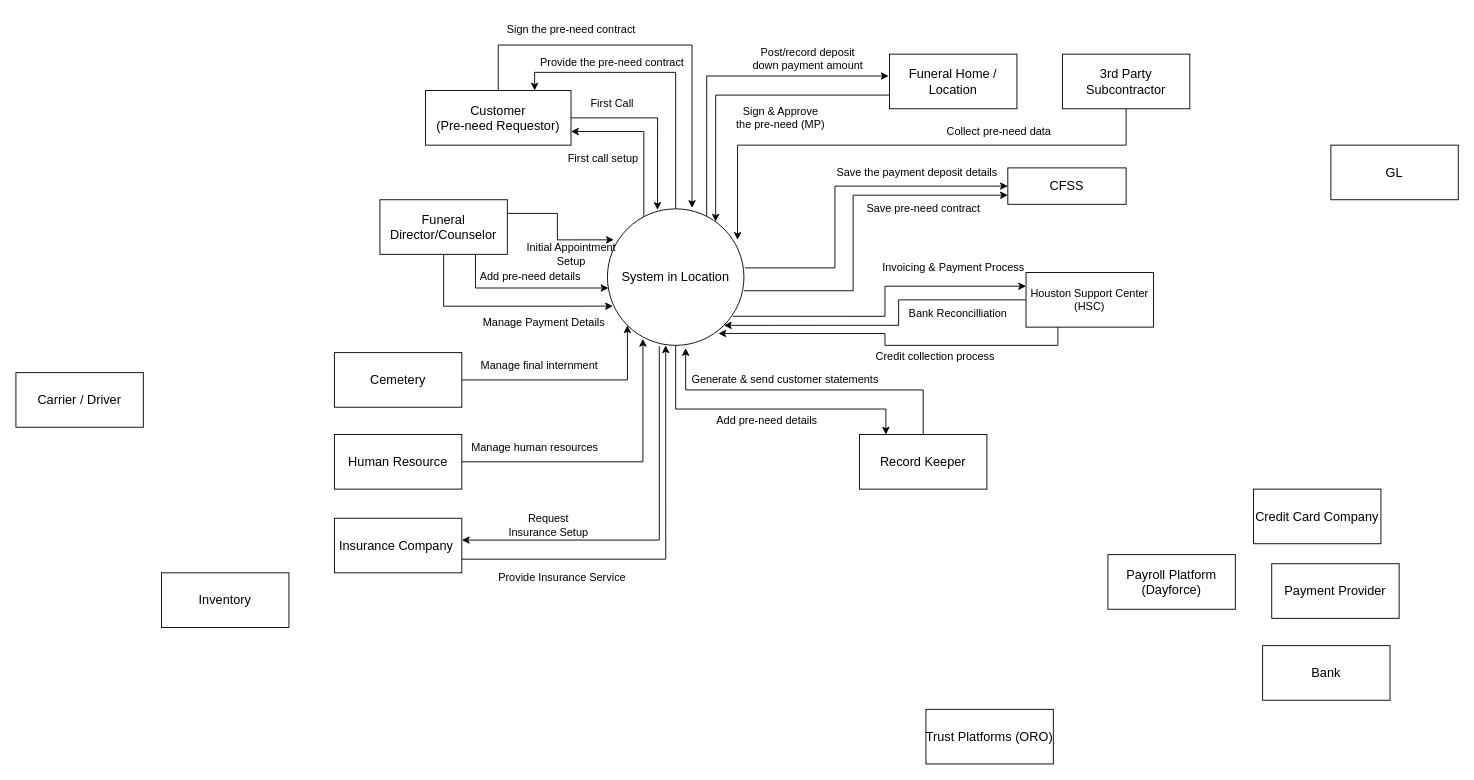
Earlier version of the draw.io diagram page "DFD-0-Context" (6 of 11) of Untitled Diagram.drawio (Buddhika-Pathirathna/DiagramsRepo). Source tidied: cells renumbered, new cells numbered last; positions are measured from the earlier drawing's top-left corner, leaving out a move shared by most shapes. Both pictures are drawn from the tidied source at 91%, with x=0, y=0 at pixel (15, 15).
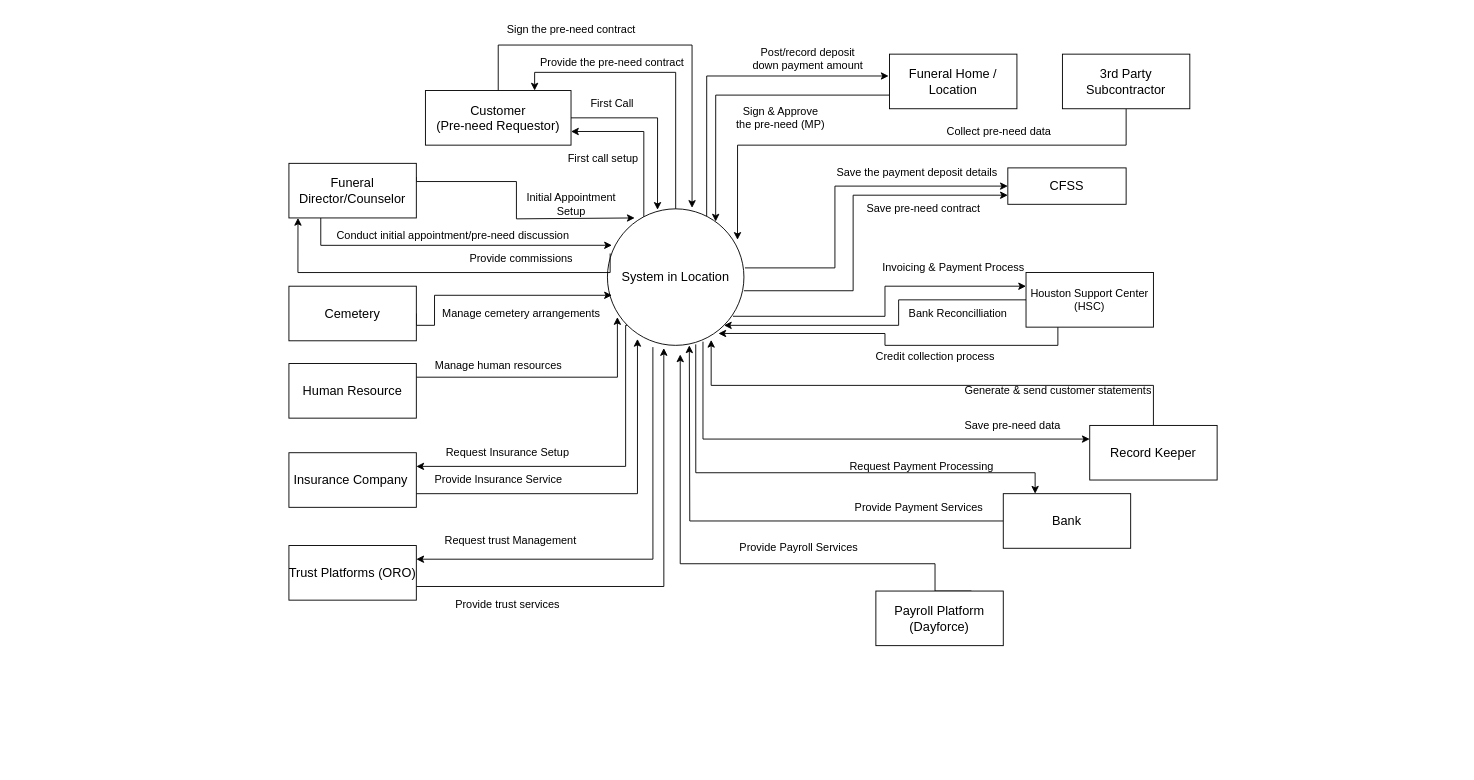
After the change.

The change refers to these unchanged cells:
```xml
<mxCell id="4" value="&lt;font style=&quot;font-size: 14px;&quot;&gt;System in Location&lt;/font&gt;" style="ellipse;whiteSpace=wrap;html=1;spacing=1;verticalAlign=middle;" parent="1" vertex="1">
  <mxGeometry x="650" y="212" width="150" height="150" as="geometry" />
</mxCell>
```

What changed in the source:
```diff
@@
-    <mxCell id="12" style="edgeStyle=orthogonalEdgeStyle;rounded=0;jettySize=auto;html=1;exitX=1;exitY=0.5;exitDx=0;exitDy=0;entryX=0;entryY=1;entryDx=0;entryDy=0;spacing=1;verticalAlign=middle;" parent="1" edge="1" source="13" target="4">
+    <mxCell id="12" style="edgeStyle=orthogonalEdgeStyle;rounded=0;jettySize=auto;html=1;exitX=1;exitY=0.5;exitDx=0;exitDy=0;entryX=1.026;entryY=-0.167;entryDx=0;entryDy=0;spacing=1;verticalAlign=middle;entryPerimeter=0;" parent="1" edge="1" source="13" target="56">
       <mxGeometry relative="1" as="geometry">
         <Array as="points">
-          <mxPoint x="672" y="400" />
+          <mxPoint x="440" y="340" />
+          <mxPoint x="460" y="340" />
+          <mxPoint x="460" y="307" />
         </Array>
       </mxGeometry>
     </mxCell>
     <mxCell id="13" value="&lt;font style=&quot;font-size: 14px;&quot;&gt;Cemetery&lt;/font&gt;" style="rounded=0;whiteSpace=wrap;html=1;spacing=1;verticalAlign=middle;" parent="1" vertex="1">
-      <mxGeometry x="350" y="370" width="140" height="60" as="geometry" />
+      <mxGeometry x="300" y="297" width="140" height="60" as="geometry" />
     </mxCell>
+    <mxCell id="15" style="edgeStyle=orthogonalEdgeStyle;rounded=0;jettySize=auto;html=1;exitX=0.5;exitY=0;exitDx=0;exitDy=0;entryX=0.76;entryY=0.96;entryDx=0;entryDy=0;entryPerimeter=0;" parent="1" edge="1" source="16" target="4">
+      <mxGeometry relative="1" as="geometry" />
+    </mxCell>
-    <mxCell id="14" style="edgeStyle=orthogonalEdgeStyle;rounded=0;jettySize=auto;html=1;exitX=0.5;exitY=1;exitDx=0;exitDy=0;entryX=0.207;entryY=0;entryDx=0;entryDy=0;spacing=1;verticalAlign=middle;entryPerimeter=0;" parent="1" edge="1" source="4" target="16">
+    <mxCell id="14" style="edgeStyle=orthogonalEdgeStyle;rounded=0;jettySize=auto;html=1;exitX=0.7;exitY=0.973;exitDx=0;exitDy=0;entryX=0;entryY=0.25;entryDx=0;entryDy=0;exitPerimeter=0;" parent="1" edge="1" source="4" target="16">
       <mxGeometry relative="1" as="geometry">
         <Array as="points">
-          <mxPoint x="725" y="432" />
-          <mxPoint x="956" y="432" />
+          <mxPoint x="755" y="465" />
         </Array>
       </mxGeometry>
     </mxCell>
-    <mxCell id="15" style="edgeStyle=orthogonalEdgeStyle;rounded=0;jettySize=auto;html=1;exitX=0.5;exitY=0;exitDx=0;exitDy=0;entryX=0.573;entryY=1.02;entryDx=0;entryDy=0;entryPerimeter=0;" parent="1" edge="1" source="16" target="4">
-      <mxGeometry relative="1" as="geometry" />
-    </mxCell>
     <mxCell id="16" value="&lt;span style=&quot;font-size: 14px;&quot;&gt;Record Keeper&lt;/span&gt;" style="rounded=0;whiteSpace=wrap;html=1;spacing=1;verticalAlign=middle;" parent="1" vertex="1">
-      <mxGeometry x="927" y="460" width="140" height="60" as="geometry" />
+      <mxGeometry x="1180" y="450" width="140" height="60" as="geometry" />
     </mxCell>
@@
-    <mxCell id="23" value="&lt;font style=&quot;font-size: 14px;&quot;&gt;Credit Card Company&lt;/font&gt;" style="rounded=0;whiteSpace=wrap;html=1;spacing=1;verticalAlign=middle;" parent="1" vertex="1">
-      <mxGeometry x="1360" y="520" width="140" height="60" as="geometry" />
-    </mxCell>
+    <mxCell id="63" style="edgeStyle=orthogonalEdgeStyle;rounded=0;jettySize=auto;html=1;exitX=0.647;exitY=0.993;exitDx=0;exitDy=0;entryX=0.25;entryY=0;entryDx=0;entryDy=0;exitPerimeter=0;" parent="1" edge="1" source="4" target="24">
+      <mxGeometry relative="1" as="geometry">
+        <Array as="points">
+          <mxPoint x="747" y="502" />
+          <mxPoint x="1120" y="502" />
+        </Array>
+      </mxGeometry>
+    </mxCell>
+    <mxCell id="64" style="edgeStyle=orthogonalEdgeStyle;rounded=0;jettySize=auto;html=1;exitX=0;exitY=0.5;exitDx=0;exitDy=0;" parent="1" edge="1" source="24">
+      <mxGeometry relative="1" as="geometry">
+        <mxPoint x="740" y="362" as="targetPoint" />
+      </mxGeometry>
+    </mxCell>
     <mxCell id="24" value="&lt;span style=&quot;font-size: 14px;&quot;&gt;Bank&lt;/span&gt;" style="rounded=0;whiteSpace=wrap;html=1;spacing=1;verticalAlign=middle;" parent="1" vertex="1">
-      <mxGeometry x="1370" y="692" width="140" height="60" as="geometry" />
+      <mxGeometry x="1085" y="525" width="140" height="60" as="geometry" />
     </mxCell>
-    <mxCell id="25" value="&lt;font style=&quot;font-size: 14px;&quot;&gt;Payment Provider&lt;/font&gt;" style="rounded=0;whiteSpace=wrap;html=1;spacing=1;verticalAlign=middle;" parent="1" vertex="1">
-      <mxGeometry x="1380" y="602" width="140" height="60" as="geometry" />
-    </mxCell>
-    <mxCell id="26" style="edgeStyle=orthogonalEdgeStyle;rounded=0;jettySize=auto;html=1;exitX=1;exitY=0.25;exitDx=0;exitDy=0;entryX=0.047;entryY=0.227;entryDx=0;entryDy=0;entryPerimeter=0;spacing=1;verticalAlign=middle;" parent="1" edge="1" source="29" target="4">
-      <mxGeometry relative="1" as="geometry" />
+    <mxCell id="26" style="edgeStyle=orthogonalEdgeStyle;rounded=0;jettySize=auto;html=1;exitX=1;exitY=0.25;exitDx=0;exitDy=0;spacing=1;verticalAlign=middle;" parent="1" edge="1" source="29">
+      <mxGeometry relative="1" as="geometry">
+        <mxPoint x="680" y="222" as="targetPoint" />
+        <Array as="points">
+          <mxPoint x="550" y="182" />
+          <mxPoint x="550" y="223" />
+        </Array>
+      </mxGeometry>
     </mxCell>
-    <mxCell id="27" style="edgeStyle=orthogonalEdgeStyle;rounded=0;jettySize=auto;html=1;exitX=0.75;exitY=1;exitDx=0;exitDy=0;entryX=0.007;entryY=0.58;entryDx=0;entryDy=0;entryPerimeter=0;spacing=1;verticalAlign=middle;" parent="1" edge="1" source="29" target="4">
-      <mxGeometry relative="1" as="geometry" />
+    <mxCell id="27" style="edgeStyle=orthogonalEdgeStyle;rounded=0;jettySize=auto;html=1;exitX=0.25;exitY=1;exitDx=0;exitDy=0;entryX=0.033;entryY=0.267;entryDx=0;entryDy=0;entryPerimeter=0;spacing=1;verticalAlign=middle;" parent="1" edge="1" source="29" target="4">
+      <mxGeometry relative="1" as="geometry">
+        <Array as="points">
+          <mxPoint x="335" y="252" />
+        </Array>
+      </mxGeometry>
     </mxCell>
-    <mxCell id="28" style="edgeStyle=orthogonalEdgeStyle;rounded=0;jettySize=auto;html=1;exitX=0.5;exitY=1;exitDx=0;exitDy=0;entryX=0.04;entryY=0.713;entryDx=0;entryDy=0;entryPerimeter=0;spacing=1;verticalAlign=middle;" parent="1" edge="1" source="29" target="4">
-      <mxGeometry relative="1" as="geometry" />
+    <mxCell id="28" style="edgeStyle=orthogonalEdgeStyle;rounded=0;jettySize=auto;html=1;exitX=0.02;exitY=0.327;exitDx=0;exitDy=0;entryX=0.071;entryY=1;entryDx=0;entryDy=0;entryPerimeter=0;spacing=1;verticalAlign=middle;exitPerimeter=0;" parent="1" edge="1" source="4" target="29">
+      <mxGeometry relative="1" as="geometry">
+        <Array as="points">
+          <mxPoint x="653" y="282" />
+          <mxPoint x="310" y="282" />
+        </Array>
+      </mxGeometry>
     </mxCell>
     <mxCell id="29" value="&lt;font style=&quot;font-size: 14px;&quot;&gt;Funeral Director/Counselor&lt;/font&gt;" style="rounded=0;whiteSpace=wrap;html=1;spacing=1;verticalAlign=middle;" parent="1" vertex="1">
-      <mxGeometry x="400" y="202" width="140" height="60" as="geometry" />
+      <mxGeometry x="300" y="162" width="140" height="60" as="geometry" />
     </mxCell>
+    <mxCell id="31" style="edgeStyle=orthogonalEdgeStyle;rounded=0;jettySize=auto;html=1;exitX=1;exitY=0.75;exitDx=0;exitDy=0;entryX=0.22;entryY=0.953;entryDx=0;entryDy=0;entryPerimeter=0;" parent="1" edge="1" source="32" target="4">
+      <mxGeometry relative="1" as="geometry" />
+    </mxCell>
-    <mxCell id="30" style="edgeStyle=orthogonalEdgeStyle;rounded=0;jettySize=auto;html=1;exitX=0.38;exitY=1.007;exitDx=0;exitDy=0;entryX=1;entryY=0.4;entryDx=0;entryDy=0;entryPerimeter=0;spacing=1;verticalAlign=middle;exitPerimeter=0;" parent="1" edge="1" source="4" target="32">
+    <mxCell id="30" style="edgeStyle=orthogonalEdgeStyle;rounded=0;jettySize=auto;html=1;exitX=0;exitY=1;exitDx=0;exitDy=0;entryX=1;entryY=0.25;entryDx=0;entryDy=0;" parent="1" edge="1" source="4" target="32">
       <mxGeometry relative="1" as="geometry">
         <Array as="points">
-          <mxPoint x="707" y="576" />
+          <mxPoint x="670" y="340" />
+          <mxPoint x="670" y="495" />
         </Array>
       </mxGeometry>
     </mxCell>
-    <mxCell id="31" style="edgeStyle=orthogonalEdgeStyle;rounded=0;jettySize=auto;html=1;exitX=1;exitY=0.75;exitDx=0;exitDy=0;entryX=0.427;entryY=1;entryDx=0;entryDy=0;entryPerimeter=0;" parent="1" edge="1" source="32" target="4">
-      <mxGeometry relative="1" as="geometry" />
-    </mxCell>
     <mxCell id="32" value="&lt;font style=&quot;font-size: 14px;&quot;&gt;Insurance Company&amp;nbsp;&lt;/font&gt;" style="rounded=0;whiteSpace=wrap;html=1;spacing=1;verticalAlign=middle;" parent="1" vertex="1">
-      <mxGeometry x="350" y="552" width="140" height="60" as="geometry" />
+      <mxGeometry x="300" y="480" width="140" height="60" as="geometry" />
     </mxCell>
+    <mxCell id="65" style="edgeStyle=orthogonalEdgeStyle;rounded=0;jettySize=auto;html=1;exitX=0.333;exitY=1.013;exitDx=0;exitDy=0;entryX=1;entryY=0.25;entryDx=0;entryDy=0;exitPerimeter=0;" parent="1" edge="1" source="4" target="33">
+      <mxGeometry relative="1" as="geometry">
+        <Array as="points">
+          <mxPoint x="700" y="597" />
+        </Array>
+      </mxGeometry>
+    </mxCell>
+    <mxCell id="66" style="edgeStyle=orthogonalEdgeStyle;rounded=0;jettySize=auto;html=1;exitX=1;exitY=0.75;exitDx=0;exitDy=0;entryX=0.413;entryY=1.02;entryDx=0;entryDy=0;entryPerimeter=0;" parent="1" edge="1" source="33" target="4">
+      <mxGeometry relative="1" as="geometry" />
+    </mxCell>
     <mxCell id="33" value="&lt;font style=&quot;font-size: 14px;&quot;&gt;Trust Platforms (ORO)&lt;/font&gt;" style="rounded=0;whiteSpace=wrap;html=1;spacing=1;verticalAlign=middle;" parent="1" vertex="1">
-      <mxGeometry x="1000" y="762" width="140" height="60" as="geometry" />
+      <mxGeometry x="300" y="582" width="140" height="60" as="geometry" />
     </mxCell>
-    <mxCell id="34" value="&lt;span style=&quot;font-size: 14px;&quot;&gt;GL&lt;/span&gt;" style="rounded=0;whiteSpace=wrap;html=1;spacing=1;verticalAlign=middle;" parent="1" vertex="1">
-      <mxGeometry x="1445" y="142" width="140" height="60" as="geometry" />
-    </mxCell>
+    <mxCell id="67" style="edgeStyle=orthogonalEdgeStyle;rounded=0;jettySize=auto;html=1;exitX=0.75;exitY=0;exitDx=0;exitDy=0;" parent="1" edge="1" source="35">
+      <mxGeometry relative="1" as="geometry">
+        <mxPoint x="730" y="372" as="targetPoint" />
+        <Array as="points">
+          <mxPoint x="1010" y="602" />
+          <mxPoint x="730" y="602" />
+        </Array>
+      </mxGeometry>
+    </mxCell>
     <mxCell id="35" value="&lt;font style=&quot;font-size: 14px;&quot;&gt;Payroll Platform (Dayforce)&lt;/font&gt;" style="rounded=0;whiteSpace=wrap;html=1;spacing=1;verticalAlign=middle;" parent="1" vertex="1">
-      <mxGeometry x="1200" y="592" width="140" height="60" as="geometry" />
+      <mxGeometry x="945" y="632" width="140" height="60" as="geometry" />
     </mxCell>
@@
-    <mxCell id="38" value="&lt;font style=&quot;font-size: 14px;&quot;&gt;Carrier / Driver&lt;/font&gt;" style="rounded=0;whiteSpace=wrap;html=1;spacing=1;verticalAlign=middle;" parent="1" vertex="1">
-      <mxGeometry y="392" width="140" height="60" as="geometry" />
-    </mxCell>
-    <mxCell id="39" value="&lt;font style=&quot;font-size: 14px;&quot;&gt;Inventory&lt;/font&gt;" style="rounded=0;whiteSpace=wrap;html=1;spacing=1;verticalAlign=middle;" parent="1" vertex="1">
-      <mxGeometry x="160" y="612" width="140" height="60" as="geometry" />
-    </mxCell>
-    <mxCell id="40" style="edgeStyle=orthogonalEdgeStyle;rounded=0;jettySize=auto;html=1;exitX=1;exitY=0.5;exitDx=0;exitDy=0;entryX=0.26;entryY=0.953;entryDx=0;entryDy=0;entryPerimeter=0;spacing=1;verticalAlign=middle;" parent="1" edge="1" source="41" target="4">
+    <mxCell id="40" style="edgeStyle=orthogonalEdgeStyle;rounded=0;jettySize=auto;html=1;exitX=1;exitY=0.25;exitDx=0;exitDy=0;entryX=0.073;entryY=0.793;entryDx=0;entryDy=0;entryPerimeter=0;spacing=1;verticalAlign=middle;" parent="1" edge="1" source="41" target="4">
       <mxGeometry relative="1" as="geometry" />
     </mxCell>
     <mxCell id="41" value="&lt;font style=&quot;font-size: 14px;&quot;&gt;Human Resource&lt;/font&gt;" style="rounded=0;whiteSpace=wrap;html=1;spacing=1;verticalAlign=middle;" parent="1" vertex="1">
-      <mxGeometry x="350" y="460" width="140" height="60" as="geometry" />
+      <mxGeometry x="300" y="382" width="140" height="60" as="geometry" />
     </mxCell>
@@
     <mxCell id="44" value="Initial Appointment &lt;br&gt;Setup" style="text;html=1;align=center;verticalAlign=middle;strokeColor=none;fillColor=none;spacing=1;" parent="1" vertex="1">
-      <mxGeometry x="550" y="242" width="120" height="40" as="geometry" />
+      <mxGeometry x="550" y="187" width="120" height="40" as="geometry" />
     </mxCell>
-    <mxCell id="45" value="Add pre-need details" style="text;html=1;align=center;verticalAlign=middle;strokeColor=none;fillColor=none;spacing=1;" parent="1" vertex="1">
-      <mxGeometry x="500" y="272" width="130" height="30" as="geometry" />
+    <mxCell id="45" value="Conduct initial appointment/pre-need discussion" style="text;html=1;align=center;verticalAlign=middle;strokeColor=none;fillColor=none;spacing=1;" parent="1" vertex="1">
+      <mxGeometry x="340" y="227" width="280" height="30" as="geometry" />
     </mxCell>
-    <mxCell id="46" value="Manage Payment Details" style="text;html=1;align=center;verticalAlign=middle;strokeColor=none;fillColor=none;spacing=1;" parent="1" vertex="1">
-      <mxGeometry x="500" y="322" width="160" height="30" as="geometry" />
-    </mxCell>
-    <mxCell id="47" value="Request &lt;br&gt;Insurance Setup" style="text;html=1;align=center;verticalAlign=middle;strokeColor=none;fillColor=none;spacing=1;" parent="1" vertex="1">
-      <mxGeometry x="530" y="540" width="110" height="40" as="geometry" />
+    <mxCell id="47" value="Request&amp;nbsp;Insurance Setup" style="text;html=1;align=center;verticalAlign=middle;strokeColor=none;fillColor=none;spacing=1;" parent="1" vertex="1">
+      <mxGeometry x="460" y="465" width="160" height="30" as="geometry" />
     </mxCell>
     <mxCell id="48" value="Provide Insurance Service" style="text;html=1;align=center;verticalAlign=middle;strokeColor=none;fillColor=none;spacing=1;" parent="1" vertex="1">
-      <mxGeometry x="520" y="602" width="160" height="30" as="geometry" />
+      <mxGeometry x="450" y="495" width="160" height="30" as="geometry" />
     </mxCell>
@@
-    <mxCell id="55" value="Add pre-need details" style="text;html=1;align=center;verticalAlign=middle;strokeColor=none;fillColor=none;spacing=1;" parent="1" vertex="1">
-      <mxGeometry x="760" y="430" width="130" height="30" as="geometry" />
-    </mxCell>
-    <mxCell id="56" value="Manage final internment" style="text;html=1;align=center;verticalAlign=middle;points=[];strokeColor=none;fillColor=none;spacing=1;" parent="1" vertex="1">
-      <mxGeometry x="500" y="370" width="150" height="30" as="geometry" />
+    <mxCell id="56" value="Manage cemetery arrangements" style="text;html=1;align=center;verticalAlign=middle;points=[];strokeColor=none;fillColor=none;spacing=1;" parent="1" vertex="1">
+      <mxGeometry x="460" y="312" width="190" height="30" as="geometry" />
     </mxCell>
     <mxCell id="57" value="Manage human resources" style="text;html=1;align=center;verticalAlign=middle;strokeColor=none;fillColor=none;spacing=1;" parent="1" vertex="1">
-      <mxGeometry x="490" y="460" width="160" height="30" as="geometry" />
+      <mxGeometry x="450" y="370" width="160" height="30" as="geometry" />
     </mxCell>
@@
     <mxCell id="62" value="Generate &amp;amp; send customer statements" style="text;html=1;align=center;verticalAlign=middle;strokeColor=none;fillColor=none;" parent="1" vertex="1">
-      <mxGeometry x="730" y="385" width="230" height="30" as="geometry" />
+      <mxGeometry x="1030" y="397" width="230" height="30" as="geometry" />
     </mxCell>
+    <mxCell id="68" value="Provide commissions" style="text;html=1;align=center;verticalAlign=middle;strokeColor=none;fillColor=none;spacing=1;" parent="1" vertex="1">
+      <mxGeometry x="490" y="252" width="130" height="30" as="geometry" />
+    </mxCell>
+    <mxCell id="69" value="Request&amp;nbsp;trust Management&amp;nbsp;" style="text;html=1;align=center;verticalAlign=middle;strokeColor=none;fillColor=none;spacing=1;" parent="1" vertex="1">
+      <mxGeometry x="460" y="562" width="170" height="30" as="geometry" />
+    </mxCell>
+    <mxCell id="70" value="Provide trust services" style="text;html=1;align=center;verticalAlign=middle;strokeColor=none;fillColor=none;spacing=1;" parent="1" vertex="1">
+      <mxGeometry x="470" y="632" width="140" height="30" as="geometry" />
+    </mxCell>
+    <mxCell id="71" value="Save pre-need data" style="text;html=1;align=center;verticalAlign=middle;strokeColor=none;fillColor=none;" parent="1" vertex="1">
+      <mxGeometry x="1030" y="435" width="130" height="30" as="geometry" />
+    </mxCell>
+    <mxCell id="72" value="Request Payment Processing" style="text;html=1;align=center;verticalAlign=middle;strokeColor=none;fillColor=none;" parent="1" vertex="1">
+      <mxGeometry x="905" y="480" width="180" height="30" as="geometry" />
+    </mxCell>
+    <mxCell id="73" value="Provide Payment Services" style="text;html=1;align=center;verticalAlign=middle;strokeColor=none;fillColor=none;" parent="1" vertex="1">
+      <mxGeometry x="912" y="525" width="160" height="30" as="geometry" />
+    </mxCell>
+    <mxCell id="74" value="Provide Payroll Services" style="text;html=1;align=center;verticalAlign=middle;strokeColor=none;fillColor=none;" parent="1" vertex="1">
+      <mxGeometry x="785" y="570" width="150" height="30" as="geometry" />
+    </mxCell>
```
